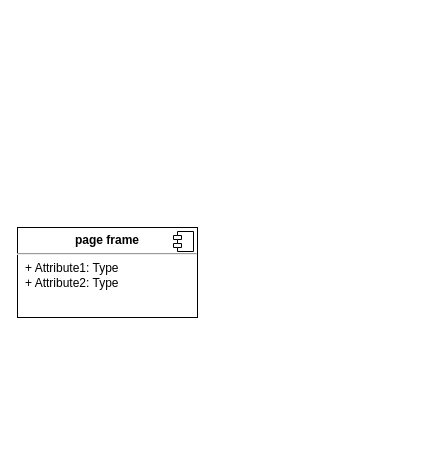
Before: Untitled Diagram.drawio in lovelf/test, a draw.io diagram. Source tidied: cells renumbered, new cells numbered last; positions are measured from the earlier drawing's top-left corner, leaving out a move shared by most shapes. Both pictures are drawn from the tidied source at 100%, with x=0, y=0 at pixel (17, 227).
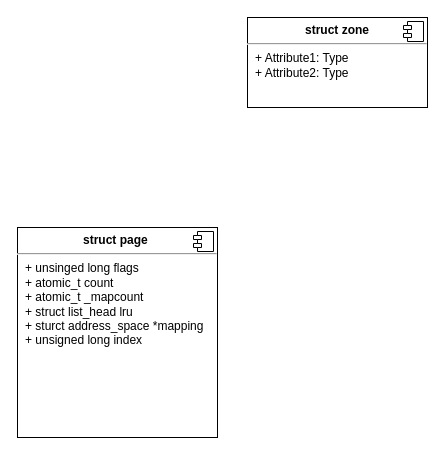
The same page after the edit.

Commit message:
内存单元管理图示

Diff of the diagram source:
```diff
@@
 <mxGraphModel>
   <root>
     <mxCell id="0" />
     <mxCell id="1" parent="0" />
-    <mxCell id="2" value="&lt;p style=&quot;margin: 0px ; margin-top: 6px ; text-align: center&quot;&gt;&lt;b&gt;page frame&lt;/b&gt;&lt;/p&gt;&lt;hr&gt;&lt;p style=&quot;margin: 0px ; margin-left: 8px&quot;&gt;+ Attribute1: Type&lt;br&gt;+ Attribute2: Type&lt;/p&gt;" style="align=left;overflow=fill;html=1;" parent="1" vertex="1">
-      <mxGeometry width="180" height="90" as="geometry" />
+    <mxCell id="2" value="&lt;p style=&quot;margin: 0px ; margin-top: 6px ; text-align: center&quot;&gt;&lt;b&gt;struct page&amp;nbsp;&lt;/b&gt;&lt;br&gt;&lt;/p&gt;&lt;hr&gt;&lt;p style=&quot;margin: 0px ; margin-left: 8px&quot;&gt;+ unsinged long flags&lt;/p&gt;&lt;p style=&quot;margin: 0px ; margin-left: 8px&quot;&gt;+ atomic_t count&lt;/p&gt;&lt;p style=&quot;margin: 0px ; margin-left: 8px&quot;&gt;+ atomic_t _mapcount&lt;br&gt;&lt;/p&gt;&lt;p style=&quot;margin: 0px ; margin-left: 8px&quot;&gt;+ struct list_head lru&lt;/p&gt;&lt;p style=&quot;margin: 0px ; margin-left: 8px&quot;&gt;+ sturct address_space *mapping&lt;/p&gt;&lt;p style=&quot;margin: 0px ; margin-left: 8px&quot;&gt;+ unsigned long index&lt;/p&gt;&lt;p style=&quot;margin: 0px ; margin-left: 8px&quot;&gt;&lt;br&gt;&lt;/p&gt;" style="align=left;overflow=fill;html=1;" parent="1" vertex="1">
+      <mxGeometry width="200" height="210" as="geometry" />
     </mxCell>
     <mxCell id="3" style="shape=component;jettyWidth=8;jettyHeight=4;" parent="2" vertex="1">
       <mxGeometry x="1" width="20" height="20" relative="1" as="geometry">
         <mxPoint x="-24" y="4" as="offset" />
       </mxGeometry>
     </mxCell>
+    <mxCell id="4" value="&lt;p style=&quot;margin: 0px ; margin-top: 6px ; text-align: center&quot;&gt;&lt;b&gt;struct zone&lt;/b&gt;&lt;/p&gt;&lt;hr&gt;&lt;p style=&quot;margin: 0px ; margin-left: 8px&quot;&gt;+ Attribute1: Type&lt;br&gt;+ Attribute2: Type&lt;/p&gt;" style="align=left;overflow=fill;html=1;" parent="1" vertex="1">
+      <mxGeometry x="230" y="-210" width="180" height="90" as="geometry" />
+    </mxCell>
+    <mxCell id="5" style="shape=component;jettyWidth=8;jettyHeight=4;" parent="4" vertex="1">
+      <mxGeometry x="1" width="20" height="20" relative="1" as="geometry">
+        <mxPoint x="-24" y="4" as="offset" />
+      </mxGeometry>
+    </mxCell>
   </root>
 </mxGraphModel>
```
